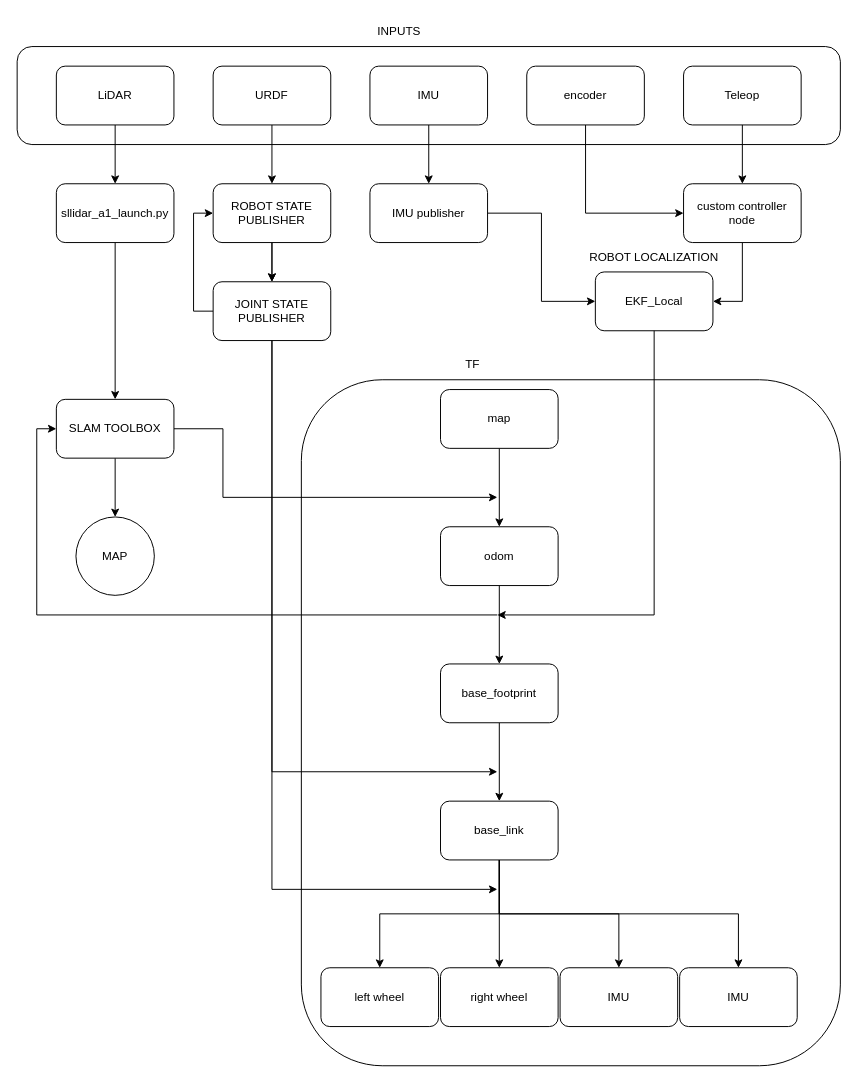
Above: slam_launch.drawio in adands/eddiebot_ros2-backup (draw.io), before the change. Source tidied: cells renumbered, new cells numbered last; positions are measured from the earlier drawing's top-left corner, leaving out a move shared by most shapes. Both pictures are drawn from the tidied source at 98%, with x=0, y=0 at pixel (17, 17).
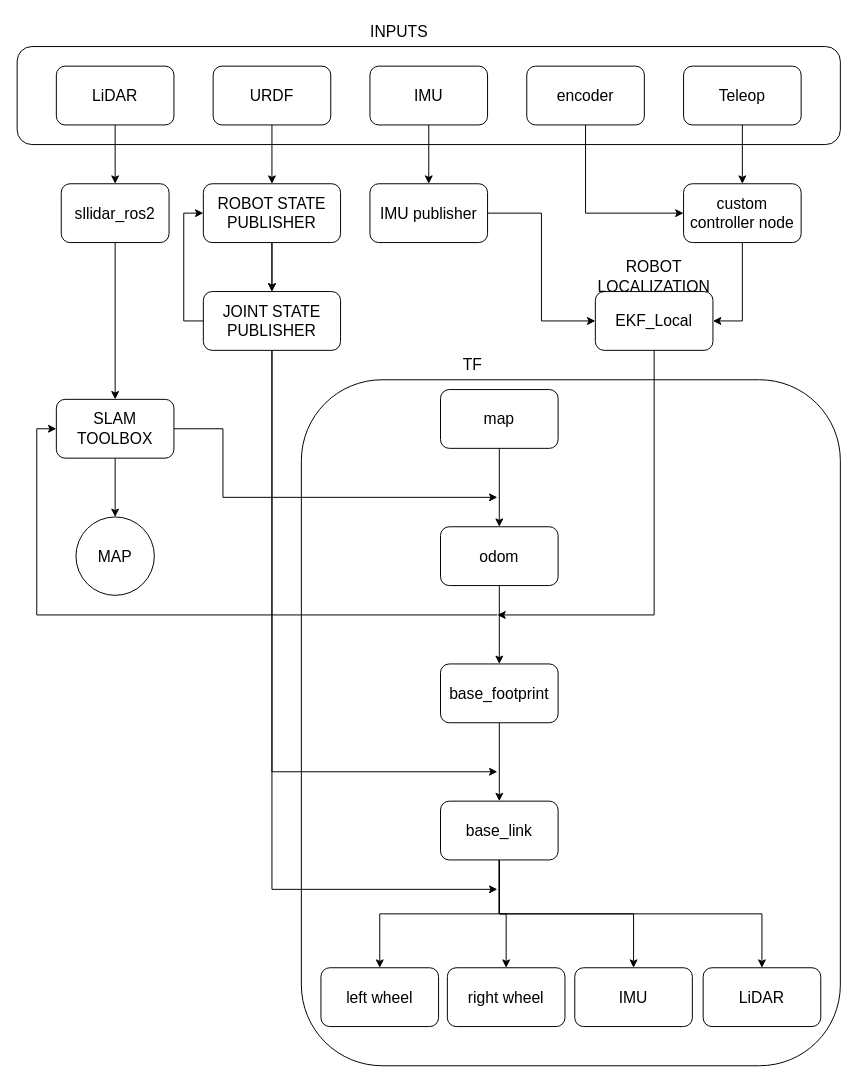
The same page after the edit.

Change to the diagram source:
```diff
@@
-    <mxCell id="2" style="rounded=1;whiteSpace=wrap;html=1;" parent="1" vertex="1">
+    <mxCell id="2" style="rounded=1;whiteSpace=wrap;html=1;fontSize=16;" parent="1" vertex="1">
       <mxGeometry y="30" width="840" height="100" as="geometry" />
     </mxCell>
-    <mxCell id="3" value="Teleop" style="rounded=1;whiteSpace=wrap;html=1;" parent="1" vertex="1">
+    <mxCell id="3" value="Teleop" style="rounded=1;whiteSpace=wrap;html=1;fontSize=16;" parent="1" vertex="1">
       <mxGeometry x="680" y="50" width="120" height="60" as="geometry" />
     </mxCell>
-    <mxCell id="4" style="edgeStyle=orthogonalEdgeStyle;rounded=0;jettySize=auto;html=1;exitX=0.5;exitY=1;exitDx=0;exitDy=0;entryX=0;entryY=0.5;entryDx=0;entryDy=0;" parent="1" edge="1" source="5" target="13">
+    <mxCell id="4" style="edgeStyle=orthogonalEdgeStyle;rounded=0;jettySize=auto;html=1;exitX=0.5;exitY=1;exitDx=0;exitDy=0;entryX=0;entryY=0.5;entryDx=0;entryDy=0;fontSize=16;" parent="1" edge="1" source="5" target="13">
       <mxGeometry relative="1" as="geometry" />
     </mxCell>
-    <mxCell id="5" value="encoder" style="rounded=1;whiteSpace=wrap;html=1;" parent="1" vertex="1">
+    <mxCell id="5" value="encoder" style="rounded=1;whiteSpace=wrap;html=1;fontSize=16;" parent="1" vertex="1">
       <mxGeometry x="520" y="50" width="120" height="60" as="geometry" />
     </mxCell>
-    <mxCell id="6" style="edgeStyle=orthogonalEdgeStyle;rounded=0;jettySize=auto;html=1;" parent="1" edge="1" source="7" target="19">
+    <mxCell id="6" style="edgeStyle=orthogonalEdgeStyle;rounded=0;jettySize=auto;html=1;fontSize=16;" parent="1" edge="1" source="7" target="19">
       <mxGeometry relative="1" as="geometry" />
     </mxCell>
-    <mxCell id="7" value="IMU" style="rounded=1;whiteSpace=wrap;html=1;" parent="1" vertex="1">
+    <mxCell id="7" value="IMU" style="rounded=1;whiteSpace=wrap;html=1;fontSize=16;" parent="1" vertex="1">
       <mxGeometry x="360" y="50" width="120" height="60" as="geometry" />
     </mxCell>
-    <mxCell id="8" style="edgeStyle=orthogonalEdgeStyle;rounded=0;jettySize=auto;html=1;" parent="1" edge="1" source="9" target="25">
+    <mxCell id="8" style="edgeStyle=orthogonalEdgeStyle;rounded=0;jettySize=auto;html=1;fontSize=16;" parent="1" edge="1" source="9" target="25">
       <mxGeometry relative="1" as="geometry" />
     </mxCell>
-    <mxCell id="9" value="LiDAR" style="rounded=1;whiteSpace=wrap;html=1;" parent="1" vertex="1">
+    <mxCell id="9" value="LiDAR" style="rounded=1;whiteSpace=wrap;html=1;fontSize=16;" parent="1" vertex="1">
       <mxGeometry x="40" y="50" width="120" height="60" as="geometry" />
     </mxCell>
-    <mxCell id="10" style="edgeStyle=orthogonalEdgeStyle;rounded=0;jettySize=auto;html=1;" parent="1" edge="1" source="11" target="21">
+    <mxCell id="10" style="edgeStyle=orthogonalEdgeStyle;rounded=0;jettySize=auto;html=1;fontSize=16;" parent="1" edge="1" source="11" target="21">
       <mxGeometry relative="1" as="geometry" />
     </mxCell>
-    <mxCell id="11" value="URDF" style="rounded=1;whiteSpace=wrap;html=1;" parent="1" vertex="1">
+    <mxCell id="11" value="URDF" style="rounded=1;whiteSpace=wrap;html=1;fontSize=16;" parent="1" vertex="1">
       <mxGeometry x="200" y="50" width="120" height="60" as="geometry" />
     </mxCell>
-    <mxCell id="12" style="edgeStyle=orthogonalEdgeStyle;rounded=0;jettySize=auto;html=1;exitX=0.5;exitY=1;exitDx=0;exitDy=0;entryX=1;entryY=0.5;entryDx=0;entryDy=0;" parent="1" edge="1" source="13" target="15">
+    <mxCell id="12" style="edgeStyle=orthogonalEdgeStyle;rounded=0;jettySize=auto;html=1;exitX=0.5;exitY=1;exitDx=0;exitDy=0;entryX=1;entryY=0.5;entryDx=0;entryDy=0;fontSize=16;" parent="1" edge="1" source="13" target="15">
       <mxGeometry relative="1" as="geometry" />
     </mxCell>
-    <mxCell id="13" value="custom controller node" style="whiteSpace=wrap;html=1;rounded=1;" parent="1" vertex="1">
+    <mxCell id="13" value="custom controller node" style="whiteSpace=wrap;html=1;rounded=1;fontSize=16;" parent="1" vertex="1">
       <mxGeometry x="680" y="170" width="120" height="60" as="geometry" />
     </mxCell>
-    <mxCell id="14" style="edgeStyle=orthogonalEdgeStyle;rounded=0;jettySize=auto;html=1;" parent="1" edge="1" source="3" target="13">
+    <mxCell id="14" style="edgeStyle=orthogonalEdgeStyle;rounded=0;jettySize=auto;html=1;fontSize=16;" parent="1" edge="1" source="3" target="13">
       <mxGeometry relative="1" as="geometry" />
     </mxCell>
-    <mxCell id="15" value="EKF_Local" style="rounded=1;whiteSpace=wrap;html=1;" parent="1" vertex="1">
-      <mxGeometry x="590" y="260" width="120" height="60" as="geometry" />
+    <mxCell id="15" value="EKF_Local" style="rounded=1;whiteSpace=wrap;html=1;fontSize=16;" parent="1" vertex="1">
+      <mxGeometry x="590" y="280" width="120" height="60" as="geometry" />
     </mxCell>
-    <mxCell id="16" value="INPUTS" style="text;html=1;align=center;verticalAlign=middle;whiteSpace=wrap;rounded=0;" parent="1" vertex="1">
+    <mxCell id="16" value="INPUTS" style="text;html=1;align=center;verticalAlign=middle;whiteSpace=wrap;rounded=0;fontSize=16;" parent="1" vertex="1">
       <mxGeometry x="360" width="60" height="30" as="geometry" />
     </mxCell>
-    <mxCell id="17" value="ROBOT LOCALIZATION" style="text;html=1;align=center;verticalAlign=middle;whiteSpace=wrap;rounded=0;" parent="1" vertex="1">
-      <mxGeometry x="565" y="230" width="170" height="30" as="geometry" />
+    <mxCell id="17" value="ROBOT LOCALIZATION" style="text;html=1;align=center;verticalAlign=middle;whiteSpace=wrap;rounded=0;fontSize=16;" parent="1" vertex="1">
+      <mxGeometry x="565" y="250" width="170" height="30" as="geometry" />
     </mxCell>
-    <mxCell id="18" style="edgeStyle=orthogonalEdgeStyle;rounded=0;jettySize=auto;html=1;exitX=1;exitY=0.5;exitDx=0;exitDy=0;entryX=0;entryY=0.5;entryDx=0;entryDy=0;" parent="1" edge="1" source="19" target="15">
+    <mxCell id="18" style="edgeStyle=orthogonalEdgeStyle;rounded=0;jettySize=auto;html=1;exitX=1;exitY=0.5;exitDx=0;exitDy=0;entryX=0;entryY=0.5;entryDx=0;entryDy=0;fontSize=16;" parent="1" edge="1" source="19" target="15">
       <mxGeometry relative="1" as="geometry" />
     </mxCell>
-    <mxCell id="19" value="IMU publisher" style="whiteSpace=wrap;html=1;rounded=1;" parent="1" vertex="1">
+    <mxCell id="19" value="IMU publisher" style="whiteSpace=wrap;html=1;rounded=1;fontSize=16;" parent="1" vertex="1">
       <mxGeometry x="360" y="170" width="120" height="60" as="geometry" />
     </mxCell>
-    <mxCell id="20" style="edgeStyle=orthogonalEdgeStyle;rounded=0;jettySize=auto;html=1;" parent="1" edge="1" source="21" target="27">
+    <mxCell id="20" style="edgeStyle=orthogonalEdgeStyle;rounded=0;jettySize=auto;html=1;fontSize=16;" parent="1" edge="1" source="21" target="27">
       <mxGeometry relative="1" as="geometry" />
     </mxCell>
-    <mxCell id="21" value="ROBOT STATE PUBLISHER" style="whiteSpace=wrap;html=1;rounded=1;" parent="1" vertex="1">
-      <mxGeometry x="200" y="170" width="120" height="60" as="geometry" />
+    <mxCell id="21" value="ROBOT STATE PUBLISHER" style="whiteSpace=wrap;html=1;rounded=1;fontSize=16;" parent="1" vertex="1">
+      <mxGeometry x="190" y="170" width="140" height="60" as="geometry" />
     </mxCell>
-    <mxCell id="22" style="edgeStyle=orthogonalEdgeStyle;rounded=0;jettySize=auto;html=1;exitX=0;exitY=0.5;exitDx=0;exitDy=0;entryX=0;entryY=0.5;entryDx=0;entryDy=0;" parent="1" edge="1" source="27" target="21">
+    <mxCell id="22" style="edgeStyle=orthogonalEdgeStyle;rounded=0;jettySize=auto;html=1;exitX=0;exitY=0.5;exitDx=0;exitDy=0;entryX=0;entryY=0.5;entryDx=0;entryDy=0;fontSize=16;" parent="1" edge="1" source="27" target="21">
       <mxGeometry relative="1" as="geometry" />
     </mxCell>
-    <mxCell id="23" style="edgeStyle=orthogonalEdgeStyle;rounded=0;orthogonalLoop=1;jettySize=auto;html=1;exitX=0.5;exitY=1;exitDx=0;exitDy=0;" parent="1" edge="1" source="27" target="27">
+    <mxCell id="23" style="edgeStyle=orthogonalEdgeStyle;rounded=0;orthogonalLoop=1;jettySize=auto;html=1;exitX=0.5;exitY=1;exitDx=0;exitDy=0;fontSize=16;" parent="1" edge="1" source="27" target="27">
       <mxGeometry relative="1" as="geometry" />
     </mxCell>
-    <mxCell id="24" style="edgeStyle=orthogonalEdgeStyle;rounded=0;jettySize=auto;html=1;exitX=0.5;exitY=1;exitDx=0;exitDy=0;entryX=0.5;entryY=0;entryDx=0;entryDy=0;" parent="1" edge="1" source="25" target="47">
+    <mxCell id="24" style="edgeStyle=orthogonalEdgeStyle;rounded=0;jettySize=auto;html=1;exitX=0.5;exitY=1;exitDx=0;exitDy=0;entryX=0.5;entryY=0;entryDx=0;entryDy=0;fontSize=16;" parent="1" edge="1" source="25" target="47">
       <mxGeometry relative="1" as="geometry" />
     </mxCell>
-    <mxCell id="25" value="sllidar_a1_launch.py" style="whiteSpace=wrap;html=1;rounded=1;" parent="1" vertex="1">
-      <mxGeometry x="40" y="170" width="120" height="60" as="geometry" />
+    <mxCell id="25" value="sllidar_ros2" style="whiteSpace=wrap;html=1;rounded=1;fontSize=16;" parent="1" vertex="1">
+      <mxGeometry x="45" y="170" width="110" height="60" as="geometry" />
     </mxCell>
-    <mxCell id="26" style="edgeStyle=orthogonalEdgeStyle;rounded=0;jettySize=auto;html=1;entryX=0.5;entryY=0;entryDx=0;entryDy=0;" parent="1" edge="1" source="21" target="27">
+    <mxCell id="26" style="edgeStyle=orthogonalEdgeStyle;rounded=0;jettySize=auto;html=1;entryX=0.5;entryY=0;entryDx=0;entryDy=0;fontSize=16;" parent="1" edge="1" source="21" target="27">
       <mxGeometry relative="1" as="geometry" />
     </mxCell>
-    <mxCell id="27" value="JOINT STATE PUBLISHER" style="whiteSpace=wrap;html=1;rounded=1;" parent="1" vertex="1">
-      <mxGeometry x="200" y="270" width="120" height="60" as="geometry" />
+    <mxCell id="27" value="JOINT STATE PUBLISHER" style="whiteSpace=wrap;html=1;rounded=1;fontSize=16;" parent="1" vertex="1">
+      <mxGeometry x="190" y="280" width="140" height="60" as="geometry" />
     </mxCell>
-    <mxCell id="28" style="rounded=1;whiteSpace=wrap;html=1;" parent="1" vertex="1">
+    <mxCell id="28" style="rounded=1;whiteSpace=wrap;html=1;fontSize=16;" parent="1" vertex="1">
       <mxGeometry x="290" y="370" width="550" height="700" as="geometry" />
     </mxCell>
-    <mxCell id="29" value="TF" style="text;html=1;align=center;verticalAlign=middle;whiteSpace=wrap;rounded=0;" parent="1" vertex="1">
+    <mxCell id="29" value="TF" style="text;html=1;align=center;verticalAlign=middle;whiteSpace=wrap;rounded=0;fontSize=16;" parent="1" vertex="1">
       <mxGeometry x="435" y="340" width="60" height="30" as="geometry" />
     </mxCell>
-    <mxCell id="30" style="edgeStyle=orthogonalEdgeStyle;rounded=0;jettySize=auto;html=1;" parent="1" edge="1" source="31" target="33">
+    <mxCell id="30" style="edgeStyle=orthogonalEdgeStyle;rounded=0;jettySize=auto;html=1;fontSize=16;" parent="1" edge="1" source="31" target="33">
       <mxGeometry relative="1" as="geometry" />
     </mxCell>
-    <mxCell id="31" value="map" style="rounded=1;whiteSpace=wrap;html=1;" parent="1" vertex="1">
+    <mxCell id="31" value="map" style="rounded=1;whiteSpace=wrap;html=1;fontSize=16;" parent="1" vertex="1">
       <mxGeometry x="432" y="380" width="120" height="60" as="geometry" />
     </mxCell>
-    <mxCell id="32" style="edgeStyle=orthogonalEdgeStyle;rounded=0;jettySize=auto;html=1;" parent="1" edge="1" source="33" target="35">
+    <mxCell id="32" style="edgeStyle=orthogonalEdgeStyle;rounded=0;jettySize=auto;html=1;fontSize=16;" parent="1" edge="1" source="33" target="35">
       <mxGeometry relative="1" as="geometry" />
     </mxCell>
-    <mxCell id="33" value="odom" style="whiteSpace=wrap;html=1;rounded=1;" parent="1" vertex="1">
+    <mxCell id="33" value="odom" style="whiteSpace=wrap;html=1;rounded=1;fontSize=16;" parent="1" vertex="1">
       <mxGeometry x="432" y="520" width="120" height="60" as="geometry" />
     </mxCell>
-    <mxCell id="34" style="edgeStyle=orthogonalEdgeStyle;rounded=0;jettySize=auto;html=1;" parent="1" edge="1" source="35" target="40">
+    <mxCell id="34" style="edgeStyle=orthogonalEdgeStyle;rounded=0;jettySize=auto;html=1;fontSize=16;" parent="1" edge="1" source="35" target="40">
       <mxGeometry relative="1" as="geometry" />
     </mxCell>
-    <mxCell id="35" value="base_footprint" style="whiteSpace=wrap;html=1;rounded=1;" parent="1" vertex="1">
+    <mxCell id="35" value="base_footprint" style="whiteSpace=wrap;html=1;rounded=1;fontSize=16;" parent="1" vertex="1">
       <mxGeometry x="432" y="660" width="120" height="60" as="geometry" />
     </mxCell>
-    <mxCell id="36" style="edgeStyle=orthogonalEdgeStyle;rounded=0;jettySize=auto;html=1;exitX=0.5;exitY=1;exitDx=0;exitDy=0;entryX=0.5;entryY=0;entryDx=0;entryDy=0;" parent="1" edge="1" source="40" target="43">
+    <mxCell id="36" style="edgeStyle=orthogonalEdgeStyle;rounded=0;jettySize=auto;html=1;exitX=0.5;exitY=1;exitDx=0;exitDy=0;entryX=0.5;entryY=0;entryDx=0;entryDy=0;fontSize=16;" parent="1" edge="1" source="40" target="43">
       <mxGeometry relative="1" as="geometry" />
     </mxCell>
-    <mxCell id="37" style="edgeStyle=orthogonalEdgeStyle;rounded=0;jettySize=auto;html=1;exitX=0.5;exitY=1;exitDx=0;exitDy=0;entryX=0.5;entryY=0;entryDx=0;entryDy=0;" parent="1" edge="1" source="40" target="41">
+    <mxCell id="37" style="edgeStyle=orthogonalEdgeStyle;rounded=0;jettySize=auto;html=1;exitX=0.5;exitY=1;exitDx=0;exitDy=0;entryX=0.5;entryY=0;entryDx=0;entryDy=0;fontSize=16;" parent="1" edge="1" source="40" target="41">
       <mxGeometry relative="1" as="geometry" />
     </mxCell>
-    <mxCell id="38" style="edgeStyle=orthogonalEdgeStyle;rounded=0;jettySize=auto;html=1;exitX=0.5;exitY=1;exitDx=0;exitDy=0;entryX=0.5;entryY=0;entryDx=0;entryDy=0;" parent="1" edge="1" source="40" target="42">
+    <mxCell id="38" style="edgeStyle=orthogonalEdgeStyle;rounded=0;jettySize=auto;html=1;exitX=0.5;exitY=1;exitDx=0;exitDy=0;entryX=0.5;entryY=0;entryDx=0;entryDy=0;fontSize=16;" parent="1" edge="1" source="40" target="42">
       <mxGeometry relative="1" as="geometry" />
     </mxCell>
-    <mxCell id="39" style="edgeStyle=orthogonalEdgeStyle;rounded=0;jettySize=auto;html=1;exitX=0.5;exitY=1;exitDx=0;exitDy=0;entryX=0.5;entryY=0;entryDx=0;entryDy=0;" parent="1" edge="1" source="40" target="44">
+    <mxCell id="39" style="edgeStyle=orthogonalEdgeStyle;rounded=0;jettySize=auto;html=1;exitX=0.5;exitY=1;exitDx=0;exitDy=0;entryX=0.5;entryY=0;entryDx=0;entryDy=0;fontSize=16;" parent="1" edge="1" source="40" target="44">
       <mxGeometry relative="1" as="geometry" />
     </mxCell>
-    <mxCell id="40" value="base_link" style="whiteSpace=wrap;html=1;rounded=1;" parent="1" vertex="1">
+    <mxCell id="40" value="base_link" style="whiteSpace=wrap;html=1;rounded=1;fontSize=16;" parent="1" vertex="1">
       <mxGeometry x="432" y="800" width="120" height="60" as="geometry" />
     </mxCell>
-    <mxCell id="41" value="left wheel" style="whiteSpace=wrap;html=1;rounded=1;" parent="1" vertex="1">
+    <mxCell id="41" value="left wheel" style="whiteSpace=wrap;html=1;rounded=1;fontSize=16;" parent="1" vertex="1">
       <mxGeometry x="310" y="970" width="120" height="60" as="geometry" />
     </mxCell>
-    <mxCell id="42" value="IMU" style="whiteSpace=wrap;html=1;rounded=1;" parent="1" vertex="1">
-      <mxGeometry x="554" y="970" width="120" height="60" as="geometry" />
+    <mxCell id="42" value="IMU" style="whiteSpace=wrap;html=1;rounded=1;fontSize=16;" parent="1" vertex="1">
+      <mxGeometry x="569" y="970" width="120" height="60" as="geometry" />
     </mxCell>
-    <mxCell id="43" value="right wheel" style="whiteSpace=wrap;html=1;rounded=1;" parent="1" vertex="1">
-      <mxGeometry x="432" y="970" width="120" height="60" as="geometry" />
+    <mxCell id="43" value="right wheel" style="whiteSpace=wrap;html=1;rounded=1;fontSize=16;" parent="1" vertex="1">
+      <mxGeometry x="439" y="970" width="120" height="60" as="geometry" />
     </mxCell>
-    <mxCell id="44" value="IMU" style="whiteSpace=wrap;html=1;rounded=1;" parent="1" vertex="1">
-      <mxGeometry x="676" y="970" width="120" height="60" as="geometry" />
+    <mxCell id="44" value="LiDAR" style="whiteSpace=wrap;html=1;rounded=1;fontSize=16;" parent="1" vertex="1">
+      <mxGeometry x="700" y="970" width="120" height="60" as="geometry" />
     </mxCell>
-    <mxCell id="45" style="edgeStyle=orthogonalEdgeStyle;rounded=0;jettySize=auto;html=1;" parent="1" edge="1" source="47" target="48">
+    <mxCell id="45" style="edgeStyle=orthogonalEdgeStyle;rounded=0;jettySize=auto;html=1;fontSize=16;" parent="1" edge="1" source="47" target="48">
       <mxGeometry relative="1" as="geometry" />
     </mxCell>
-    <mxCell id="46" style="edgeStyle=orthogonalEdgeStyle;rounded=0;jettySize=auto;html=1;exitX=1;exitY=0.5;exitDx=0;exitDy=0;" parent="1" edge="1" source="47">
+    <mxCell id="46" style="edgeStyle=orthogonalEdgeStyle;rounded=0;jettySize=auto;html=1;exitX=1;exitY=0.5;exitDx=0;exitDy=0;fontSize=16;" parent="1" edge="1" source="47">
       <mxGeometry relative="1" as="geometry">
         <mxPoint x="490" y="490" as="targetPoint" />
         <Array as="points">
           <mxPoint x="210" y="420" />
           <mxPoint x="210" y="490" />
         </Array>
       </mxGeometry>
     </mxCell>
-    <mxCell id="47" value="SLAM TOOLBOX" style="rounded=1;whiteSpace=wrap;html=1;" parent="1" vertex="1">
+    <mxCell id="47" value="SLAM TOOLBOX" style="rounded=1;whiteSpace=wrap;html=1;fontSize=16;" parent="1" vertex="1">
       <mxGeometry x="40" y="390" width="120" height="60" as="geometry" />
     </mxCell>
-    <mxCell id="48" value="MAP" style="ellipse;whiteSpace=wrap;html=1;rounded=1;" parent="1" vertex="1">
+    <mxCell id="48" value="MAP" style="ellipse;whiteSpace=wrap;html=1;rounded=1;fontSize=16;" parent="1" vertex="1">
       <mxGeometry x="60" y="510" width="80" height="80" as="geometry" />
     </mxCell>
-    <mxCell id="49" style="edgeStyle=orthogonalEdgeStyle;rounded=0;jettySize=auto;html=1;exitX=0.5;exitY=1;exitDx=0;exitDy=0;" parent="1" edge="1" source="15">
+    <mxCell id="49" style="edgeStyle=orthogonalEdgeStyle;rounded=0;jettySize=auto;html=1;exitX=0.5;exitY=1;exitDx=0;exitDy=0;fontSize=16;" parent="1" edge="1" source="15">
       <mxGeometry relative="1" as="geometry">
         <mxPoint x="490" y="610" as="targetPoint" />
         <Array as="points">
           <mxPoint x="650" y="610" />
         </Array>
       </mxGeometry>
     </mxCell>
-    <mxCell id="50" style="edgeStyle=orthogonalEdgeStyle;rounded=0;jettySize=auto;html=1;exitX=0.5;exitY=1;exitDx=0;exitDy=0;" parent="1" edge="1" source="27">
+    <mxCell id="50" style="edgeStyle=orthogonalEdgeStyle;rounded=0;jettySize=auto;html=1;exitX=0.5;exitY=1;exitDx=0;exitDy=0;fontSize=16;" parent="1" edge="1" source="27">
       <mxGeometry relative="1" as="geometry">
         <mxPoint x="490" y="890" as="targetPoint" />
         <Array as="points">
           <mxPoint x="260" y="890" />
         </Array>
       </mxGeometry>
     </mxCell>
-    <mxCell id="51" style="edgeStyle=orthogonalEdgeStyle;rounded=0;jettySize=auto;html=1;exitX=0.5;exitY=1;exitDx=0;exitDy=0;" parent="1" edge="1" source="27">
+    <mxCell id="51" style="edgeStyle=orthogonalEdgeStyle;rounded=0;jettySize=auto;html=1;exitX=0.5;exitY=1;exitDx=0;exitDy=0;fontSize=16;" parent="1" edge="1" source="27">
       <mxGeometry relative="1" as="geometry">
         <mxPoint x="490" y="770" as="targetPoint" />
         <Array as="points">
           <mxPoint x="260" y="770" />
         </Array>
       </mxGeometry>
     </mxCell>
-    <mxCell id="52" style="endArrow=classic;html=1;rounded=0;entryX=0;entryY=0.5;entryDx=0;entryDy=0;" parent="1" edge="1" target="47">
+    <mxCell id="52" style="endArrow=classic;html=1;rounded=0;entryX=0;entryY=0.5;entryDx=0;entryDy=0;fontSize=16;" parent="1" edge="1" target="47">
       <mxGeometry relative="1" as="geometry">
         <mxPoint x="490" y="610" as="sourcePoint" />
         <Array as="points">
           <mxPoint x="20" y="610" />
           <mxPoint x="20" y="420" />
         </Array>
       </mxGeometry>
     </mxCell>
```
